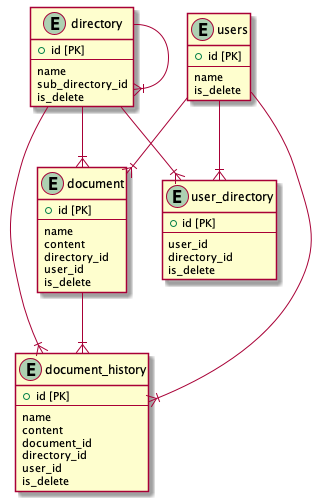
tasdsn/praha keeps this PlantUML diagram as 03/db_modeling3.png. Above is the earlier version. Source of this version:
```plantuml
@startuml

entity users {
  + id [PK]
  --
  name
  is_delete
}

entity user_directory {
  + id [PK]
  --
  user_id
  directory_id
  is_delete
}

entity directory {
  + id [PK]
  --
  name
  sub_directory_id
  is_delete
}

entity document {
  + id [PK]
  --
  name
  content
  directory_id
  user_id
  is_delete
}

entity document_history {
  + id [PK]
  --
  name
  content
  document_id
  directory_id
  user_id
  is_delete
}

users      --|{ user_directory
directory  --|{ directory
directory  --|{ user_directory
users  --|{ document
directory  --|{ document
users  --|{ document_history
directory  --|{ document_history
document   --|{ document_history

@enduml
```
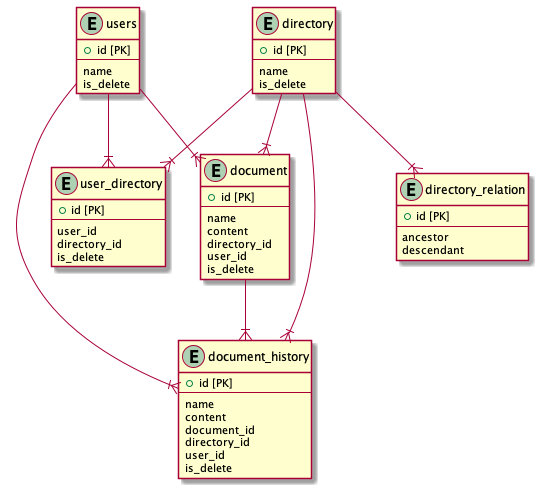
After the commit.

Diff of the diagram source:
```diff
@@ -19,8 +19,14 @@
   + id [PK]
   --
   name
-  sub_directory_id
   is_delete
+}
+
+entity directory_relation {
+  + id [PK]
+  --
+  ancestor
+  descendant
 }
 
 entity document {
@@ -45,12 +51,12 @@
 }
 
 users      --|{ user_directory
-directory  --|{ directory
 directory  --|{ user_directory
 users  --|{ document
 directory  --|{ document
 users  --|{ document_history
 directory  --|{ document_history
+directory  --|{ directory_relation
 document   --|{ document_history
 
 @enduml
```
